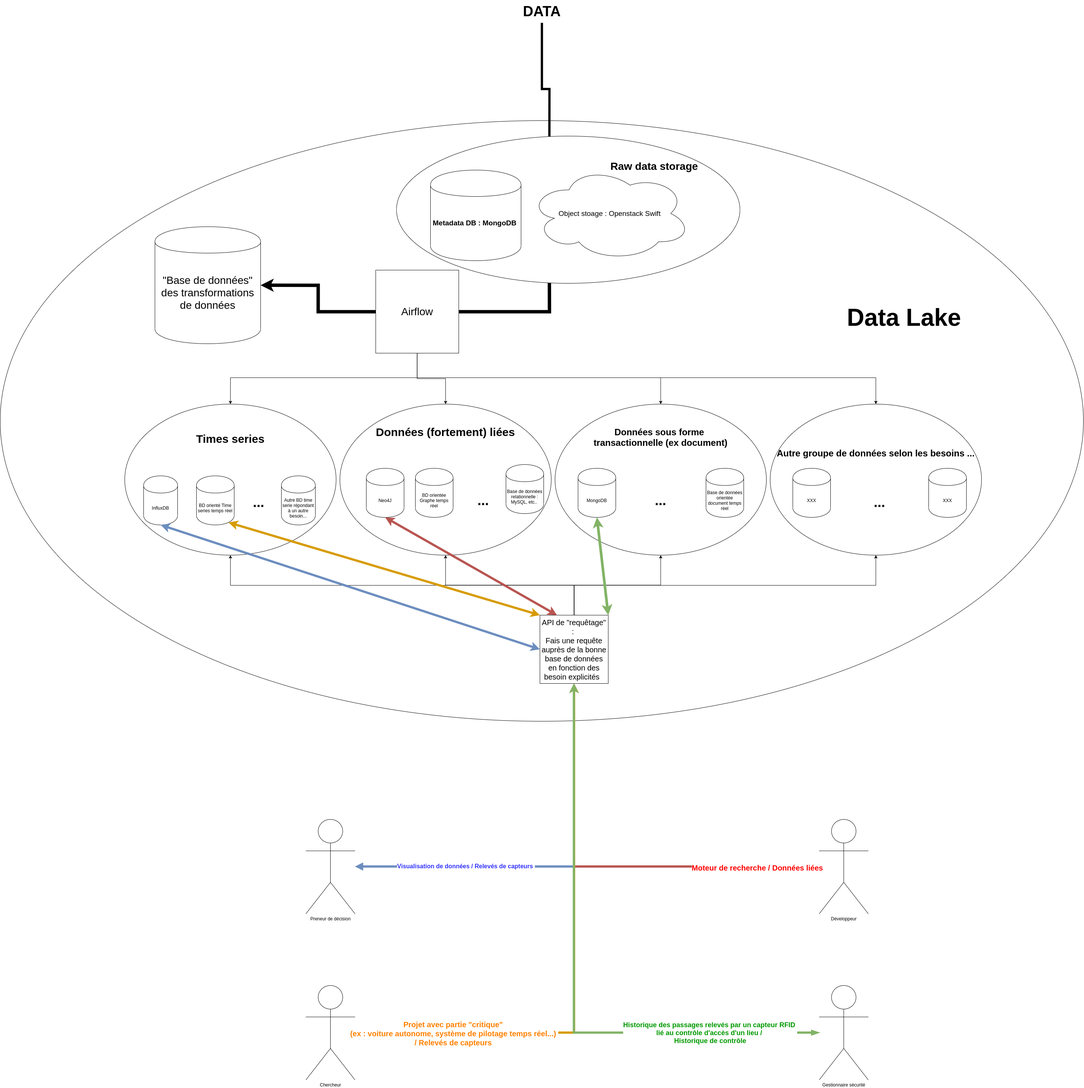
Above: git_image/DataLakeArchiV0.png in vincentnam/docker_datalake (draw.io), before the change. Source tidied: cells renumbered, new cells last; positions are measured from the earlier drawing's top-left corner, leaving out a move shared by most shapes.
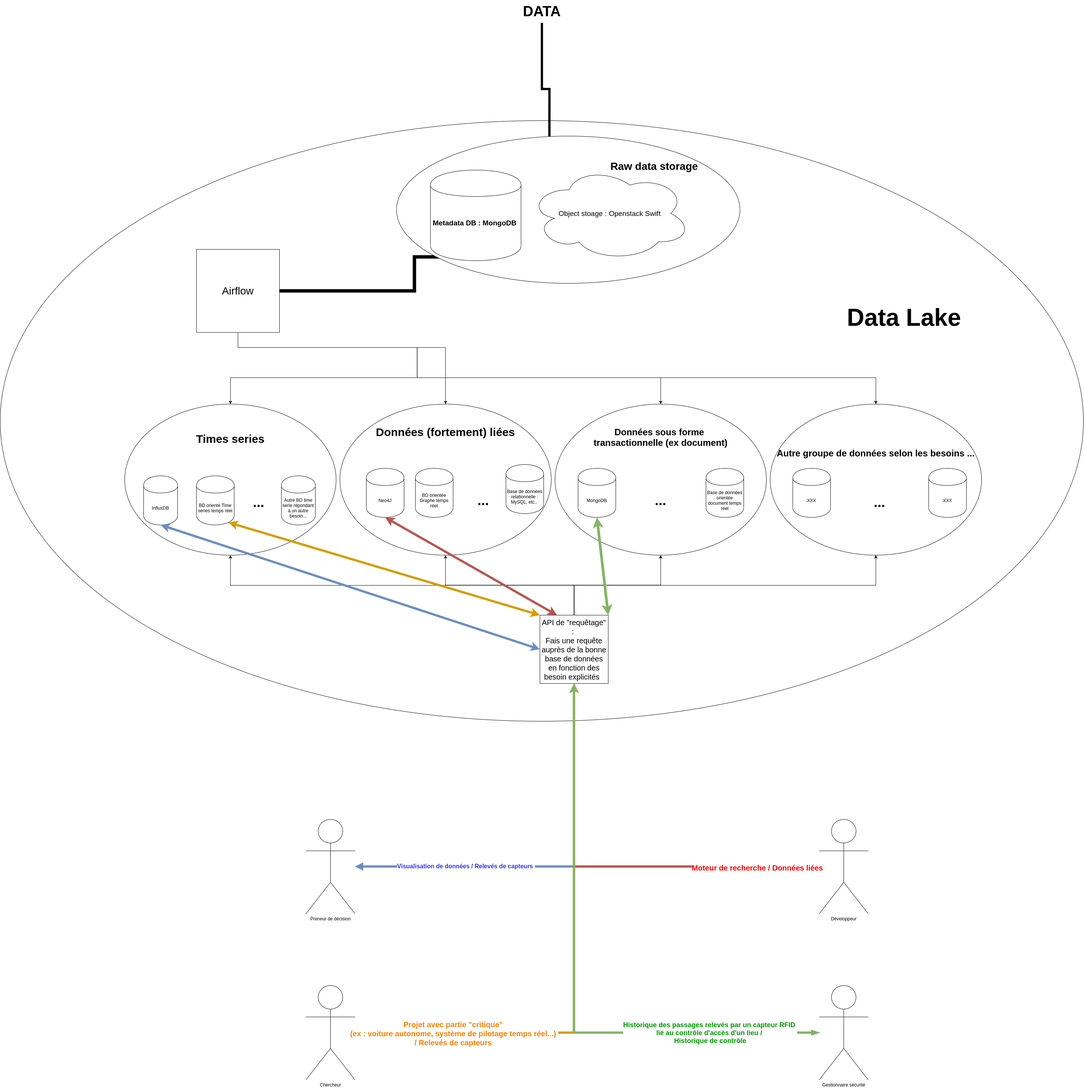
After the commit.

Diff of the diagram source:
```diff
@@ -67,23 +67,24 @@
     <mxCell id="22" value="&lt;font style=&quot;font-size: 36px&quot;&gt;&lt;b&gt;...&lt;/b&gt;&lt;/font&gt;" style="text;html=1;strokeColor=none;fillColor=none;align=center;verticalAlign=middle;whiteSpace=wrap;rounded=0;" parent="1" vertex="1">
       <mxGeometry x="2310" y="1320" width="40" height="20" as="geometry" />
     </mxCell>
-    <mxCell id="23" value="&lt;font style=&quot;font-size: 28px&quot;&gt;&quot;Base de données&quot; des transformations de données&lt;/font&gt;" style="shape=cylinder;whiteSpace=wrap;html=1;boundedLbl=1;backgroundOutline=1;" parent="1" vertex="1">
-      <mxGeometry x="410" y="600" width="280" height="310" as="geometry" />
-    </mxCell>
     <mxCell id="24" style="edgeStyle=orthogonalEdgeStyle;rounded=0;jettySize=auto;html=1;entryX=0.5;entryY=1;entryDx=0;entryDy=0;strokeWidth=9;" parent="1" edge="1" source="30">
       <mxGeometry relative="1" as="geometry">
         <mxPoint x="1455" y="680" as="targetPoint" />
       </mxGeometry>
     </mxCell>
-    <mxCell id="25" style="edgeStyle=orthogonalEdgeStyle;rounded=0;jettySize=auto;html=1;entryX=1;entryY=0.5;entryDx=0;entryDy=0;strokeWidth=9;" parent="1" edge="1" source="30" target="23">
-      <mxGeometry relative="1" as="geometry" />
-    </mxCell>
     <mxCell id="26" style="edgeStyle=orthogonalEdgeStyle;rounded=0;jettySize=auto;html=1;" parent="1" edge="1" source="30" target="9">
-      <mxGeometry relative="1" as="geometry" />
+      <mxGeometry relative="1" as="geometry">
+        <Array as="points">
+          <mxPoint x="630" y="920" />
+          <mxPoint x="1180" y="920" />
+        </Array>
+      </mxGeometry>
     </mxCell>
     <mxCell id="27" style="edgeStyle=orthogonalEdgeStyle;rounded=0;jettySize=auto;html=1;entryX=0.5;entryY=0;entryDx=0;entryDy=0;" parent="1" edge="1" source="30" target="3">
       <mxGeometry relative="1" as="geometry">
         <Array as="points">
+          <mxPoint x="630" y="920" />
+          <mxPoint x="1105" y="920" />
           <mxPoint x="1105" y="1000" />
           <mxPoint x="610" y="1000" />
         </Array>
@@ -92,6 +93,8 @@
     <mxCell id="28" style="edgeStyle=orthogonalEdgeStyle;rounded=0;jettySize=auto;html=1;entryX=0.5;entryY=0;entryDx=0;entryDy=0;" parent="1" edge="1" source="30" target="13">
       <mxGeometry relative="1" as="geometry">
         <Array as="points">
+          <mxPoint x="630" y="920" />
+          <mxPoint x="1105" y="920" />
           <mxPoint x="1105" y="1000" />
           <mxPoint x="1750" y="1000" />
         </Array>
@@ -100,13 +103,15 @@
     <mxCell id="29" style="edgeStyle=orthogonalEdgeStyle;rounded=0;jettySize=auto;html=1;" parent="1" edge="1" source="30" target="19">
       <mxGeometry relative="1" as="geometry">
         <Array as="points">
+          <mxPoint x="630" y="920" />
+          <mxPoint x="1105" y="920" />
           <mxPoint x="1105" y="1000" />
           <mxPoint x="2320" y="1000" />
         </Array>
       </mxGeometry>
     </mxCell>
     <mxCell id="30" value="&lt;font style=&quot;font-size: 28px&quot;&gt;Airflow&lt;/font&gt;" style="whiteSpace=wrap;html=1;" parent="1" vertex="1">
-      <mxGeometry x="995" y="715" width="220" height="220" as="geometry" />
+      <mxGeometry x="520" y="660" width="220" height="220" as="geometry" />
     </mxCell>
     <mxCell id="31" style="edgeStyle=orthogonalEdgeStyle;rounded=0;jettySize=auto;html=1;entryX=0.5;entryY=1;entryDx=0;entryDy=0;" parent="1" edge="1" source="35" target="13">
       <mxGeometry relative="1" as="geometry" />
```
